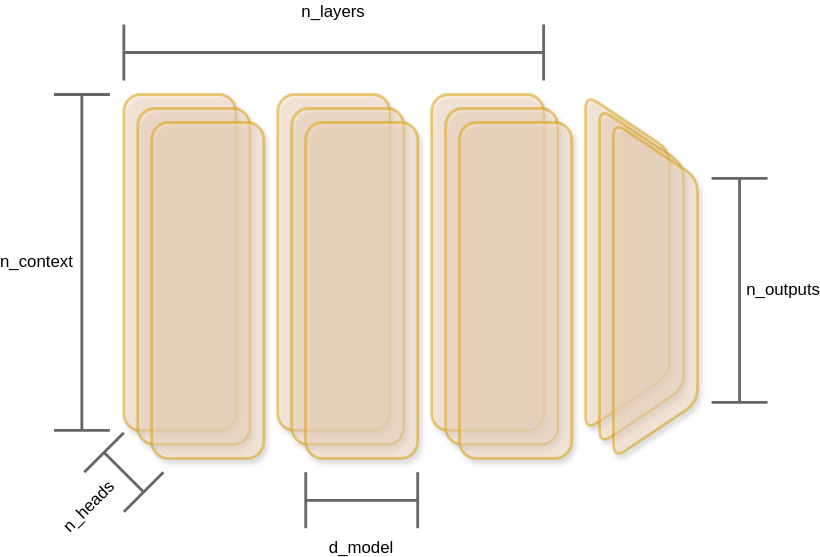
This is docs/diagrams/node.drawio.svg from relflow/relflow, a draw.io export, as it was before one commit. Source tidied: cells renumbered, new cells last; positions are measured from the earlier drawing's top-left corner, leaving out a move shared by most shapes. Source of this version:
```xml
<mxGraphModel>
  <root>
    <mxCell id="0" />
    <mxCell id="1" parent="0" />
    <mxCell id="2" style="whiteSpace=wrap;html=1;fillColor=#ffe6cc;strokeColor=#d79b00;strokeWidth=2;rounded=1;shadow=1;opacity=50;fontColor=default;" parent="1" vertex="1">
      <mxGeometry x="50" y="50" width="80" height="240" as="geometry" />
    </mxCell>
    <mxCell id="3" style="whiteSpace=wrap;html=1;fillColor=#ffe6cc;strokeColor=#d79b00;strokeWidth=2;rounded=1;shadow=1;opacity=50;fontColor=default;" parent="1" vertex="1">
      <mxGeometry x="60" y="60" width="80" height="240" as="geometry" />
    </mxCell>
    <mxCell id="4" style="whiteSpace=wrap;html=1;fillColor=#ffe6cc;strokeColor=#d79b00;strokeWidth=2;rounded=1;shadow=1;opacity=50;fontColor=default;" parent="1" vertex="1">
      <mxGeometry x="70" y="70" width="80" height="240" as="geometry" />
    </mxCell>
    <mxCell id="5" value="n_heads" style="shape=crossbar;whiteSpace=wrap;html=1;rounded=1;direction=south;rotation=-45;align=left;labelPosition=left;verticalLabelPosition=middle;verticalAlign=middle;strokeWidth=2;fillColor=#f5f5f5;fontColor=default;strokeColor=#666666;" parent="1" vertex="1">
      <mxGeometry x="30" y="300" width="40" height="40" as="geometry" />
    </mxCell>
    <mxCell id="6" value="n_context" style="shape=crossbar;whiteSpace=wrap;html=1;rounded=1;direction=south;rotation=0;align=left;labelPosition=left;verticalLabelPosition=middle;verticalAlign=middle;strokeWidth=2;fillColor=#f5f5f5;fontColor=default;strokeColor=#666666;" parent="1" vertex="1">
      <mxGeometry y="50" width="40" height="240" as="geometry" />
    </mxCell>
    <mxCell id="7" value="n_outputs" style="shape=crossbar;whiteSpace=wrap;html=1;rounded=1;direction=south;rotation=0;align=right;labelPosition=right;verticalLabelPosition=middle;verticalAlign=middle;strokeWidth=2;fillColor=#f5f5f5;fontColor=default;strokeColor=#666666;" parent="1" vertex="1">
      <mxGeometry x="470" y="110" width="40" height="160" as="geometry" />
    </mxCell>
    <mxCell id="8" style="whiteSpace=wrap;html=1;fillColor=#ffe6cc;strokeColor=#d79b00;strokeWidth=2;rounded=1;shadow=1;opacity=50;fontColor=default;" parent="1" vertex="1">
      <mxGeometry x="160" y="50" width="80" height="240" as="geometry" />
    </mxCell>
    <mxCell id="9" style="whiteSpace=wrap;html=1;fillColor=#ffe6cc;strokeColor=#d79b00;strokeWidth=2;rounded=1;shadow=1;opacity=50;fontColor=default;" parent="1" vertex="1">
      <mxGeometry x="170" y="60" width="80" height="240" as="geometry" />
    </mxCell>
    <mxCell id="10" style="whiteSpace=wrap;html=1;fillColor=#ffe6cc;strokeColor=#d79b00;strokeWidth=2;rounded=1;shadow=1;opacity=50;fontColor=default;" parent="1" vertex="1">
      <mxGeometry x="180" y="70" width="80" height="240" as="geometry" />
    </mxCell>
    <mxCell id="11" style="whiteSpace=wrap;html=1;fillColor=#ffe6cc;strokeColor=#d79b00;strokeWidth=2;rounded=1;shadow=1;opacity=50;fontColor=default;" parent="1" vertex="1">
      <mxGeometry x="270" y="50" width="80" height="240" as="geometry" />
    </mxCell>
    <mxCell id="12" style="whiteSpace=wrap;html=1;fillColor=#ffe6cc;strokeColor=#d79b00;strokeWidth=2;rounded=1;shadow=1;opacity=50;fontColor=default;" parent="1" vertex="1">
      <mxGeometry x="280" y="60" width="80" height="240" as="geometry" />
    </mxCell>
    <mxCell id="13" style="whiteSpace=wrap;html=1;fillColor=#ffe6cc;strokeColor=#d79b00;strokeWidth=2;rounded=1;shadow=1;opacity=50;fontColor=default;" parent="1" vertex="1">
      <mxGeometry x="290" y="70" width="80" height="240" as="geometry" />
    </mxCell>
    <mxCell id="14" value="n_layers" style="shape=crossbar;whiteSpace=wrap;html=1;rounded=1;labelPosition=center;verticalLabelPosition=top;align=center;verticalAlign=bottom;strokeWidth=2;fillColor=#f5f5f5;fontColor=default;strokeColor=#666666;" parent="1" vertex="1">
      <mxGeometry x="50" width="300" height="40" as="geometry" />
    </mxCell>
    <mxCell id="15" value="d_model" style="shape=crossbar;whiteSpace=wrap;html=1;rounded=1;labelPosition=center;verticalLabelPosition=bottom;align=center;verticalAlign=top;strokeWidth=2;fillColor=#f5f5f5;fontColor=default;strokeColor=#666666;" parent="1" vertex="1">
      <mxGeometry x="180" y="320" width="80" height="40" as="geometry" />
    </mxCell>
    <mxCell id="16" style="shape=trapezoid;perimeter=trapezoidPerimeter;whiteSpace=wrap;html=1;fixedSize=1;rotation=90;strokeWidth=2;rounded=1;shadow=1;fillColor=#ffe6cc;strokeColor=#d79b00;opacity=50;size=40;fontColor=default;" parent="1" vertex="1">
      <mxGeometry x="290" y="140" width="240" height="60" as="geometry" />
    </mxCell>
    <mxCell id="17" style="shape=trapezoid;perimeter=trapezoidPerimeter;whiteSpace=wrap;html=1;fixedSize=1;rotation=90;strokeWidth=2;rounded=1;shadow=1;fillColor=#ffe6cc;strokeColor=#d79b00;opacity=50;size=40;fontColor=default;" parent="1" vertex="1">
      <mxGeometry x="300" y="150" width="240" height="60" as="geometry" />
    </mxCell>
    <mxCell id="18" style="shape=trapezoid;perimeter=trapezoidPerimeter;whiteSpace=wrap;html=1;fixedSize=1;rotation=90;strokeWidth=2;rounded=1;shadow=1;fillColor=#ffe6cc;strokeColor=#d79b00;opacity=50;size=40;fontColor=default;" parent="1" vertex="1">
      <mxGeometry x="310" y="160" width="240" height="60" as="geometry" />
    </mxCell>
  </root>
</mxGraphModel>
```
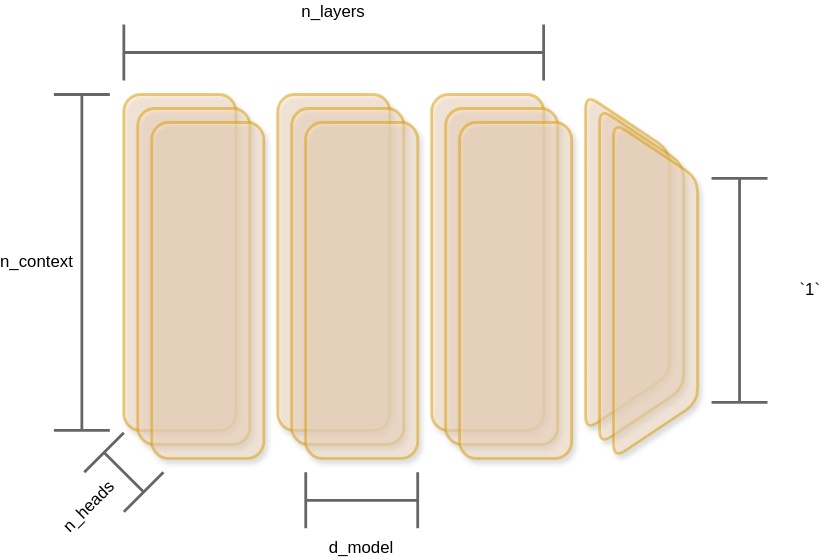
Above is the later version.

The edit, as a diff of the source:
```diff
@@ -17,7 +17,7 @@
     <mxCell id="6" value="n_context" style="shape=crossbar;whiteSpace=wrap;html=1;rounded=1;direction=south;rotation=0;align=left;labelPosition=left;verticalLabelPosition=middle;verticalAlign=middle;strokeWidth=2;fillColor=#f5f5f5;fontColor=default;strokeColor=#666666;" parent="1" vertex="1">
       <mxGeometry y="50" width="40" height="240" as="geometry" />
     </mxCell>
-    <mxCell id="7" value="n_outputs" style="shape=crossbar;whiteSpace=wrap;html=1;rounded=1;direction=south;rotation=0;align=right;labelPosition=right;verticalLabelPosition=middle;verticalAlign=middle;strokeWidth=2;fillColor=#f5f5f5;fontColor=default;strokeColor=#666666;" parent="1" vertex="1">
+    <mxCell id="7" value="`1`" style="shape=crossbar;whiteSpace=wrap;html=1;rounded=1;direction=south;rotation=0;align=right;labelPosition=right;verticalLabelPosition=middle;verticalAlign=middle;strokeWidth=2;fillColor=#f5f5f5;fontColor=default;strokeColor=#666666;" parent="1" vertex="1">
       <mxGeometry x="470" y="110" width="40" height="160" as="geometry" />
     </mxCell>
     <mxCell id="8" style="whiteSpace=wrap;html=1;fillColor=#ffe6cc;strokeColor=#d79b00;strokeWidth=2;rounded=1;shadow=1;opacity=50;fontColor=default;" parent="1" vertex="1">
```
